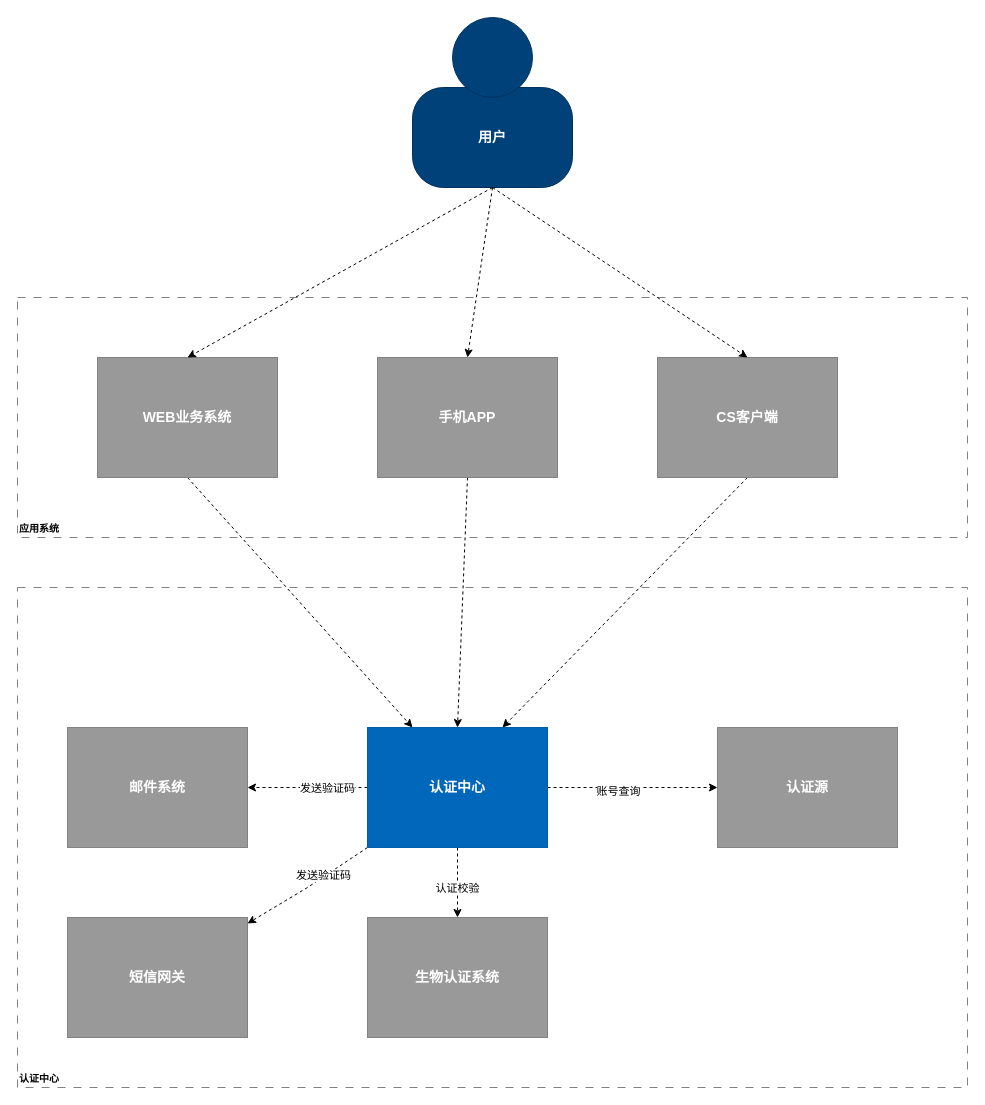
The draw.io diagram 未命名绘图.drawio in onlinehack/drawionlinehack, before the edit. Source tidied: cells renumbered, new cells numbered last; positions are measured from the earlier drawing's top-left corner, leaving out a move shared by most shapes. Both pictures are drawn from the tidied source at 100%, with x=0, y=0 at pixel (17, 17).
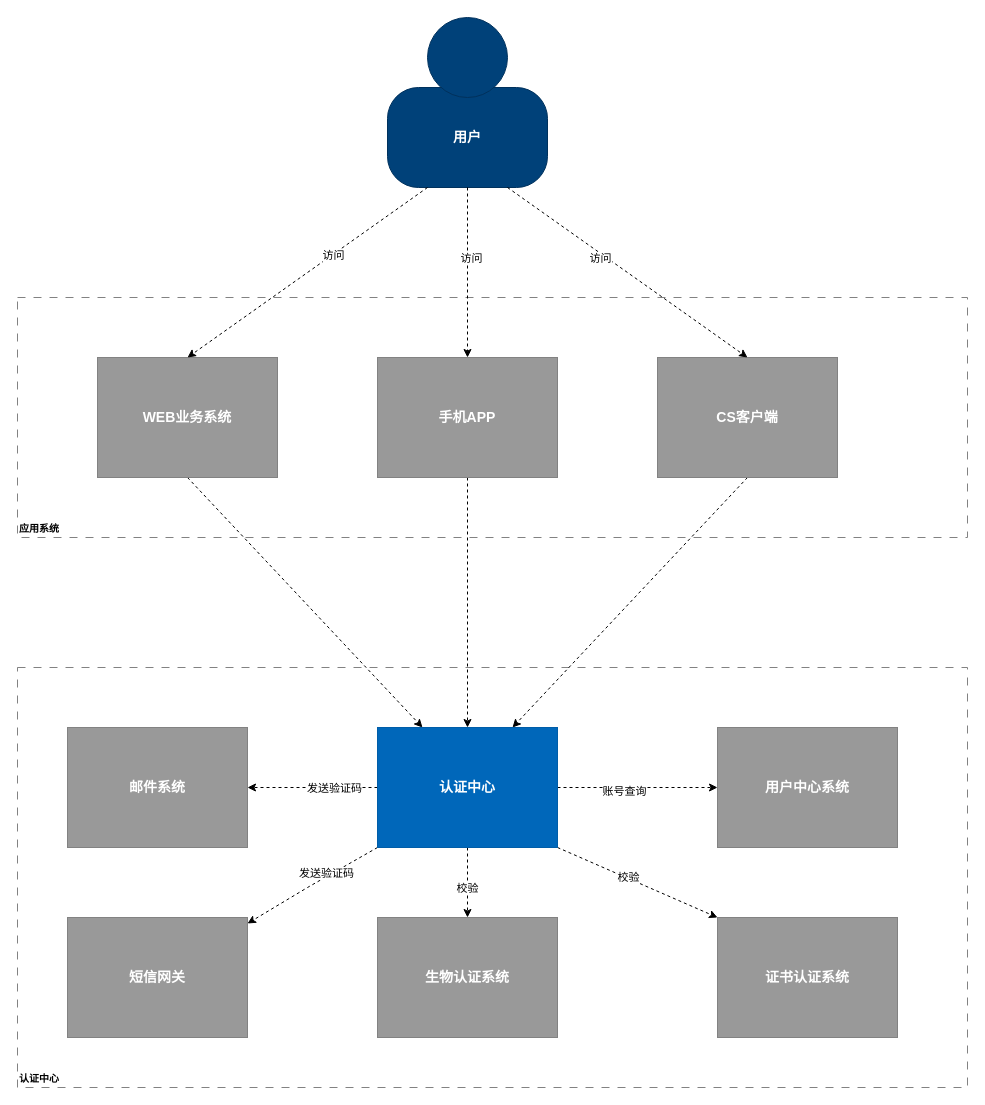
After the change.

Commit message:
更新未命名绘图.drawio

The change refers to these unchanged cells:
```xml
<mxCell id="5" value="&lt;div style=&quot;color: rgb(255 , 255 , 255) ; white-space: normal&quot;&gt;&lt;span style=&quot;font-size: 14px&quot;&gt;&lt;b&gt;用户&lt;/b&gt;&lt;/span&gt;&lt;/div&gt;" style="rounded=1;whiteSpace=wrap;html=1;strokeColor=#00315C;fillColor=#004179;fontColor=#000000;arcSize=31;" parent="4" vertex="1">
  <mxGeometry y="70" width="160" height="100" as="geometry" />
</mxCell>
<mxCell id="10" value="&lt;div&gt;&lt;span style=&quot;font-size: 14px&quot;&gt;&lt;b&gt;CS客户端&lt;/b&gt;&lt;/span&gt;&lt;/div&gt;" style="rounded=0;whiteSpace=wrap;html=1;fillColor=#999999;fontColor=#FFFFFF;strokeColor=#828282;" parent="1" vertex="1">
  <mxGeometry x="640" y="340" width="180" height="120" as="geometry" />
</mxCell>
<mxCell id="12" value="&lt;div&gt;&lt;span style=&quot;font-size: 14px&quot;&gt;&lt;b&gt;WEB业务系统&lt;/b&gt;&lt;/span&gt;&lt;/div&gt;" style="rounded=0;whiteSpace=wrap;html=1;fillColor=#999999;fontColor=#FFFFFF;strokeColor=#828282;" parent="1" vertex="1">
  <mxGeometry x="80" y="340" width="180" height="120" as="geometry" />
</mxCell>
<mxCell id="27" style="edgeStyle=none;rounded=0;jettySize=auto;html=1;exitX=0.5;exitY=1;exitDx=0;exitDy=0;entryX=0.5;entryY=0;entryDx=0;entryDy=0;dashed=1;endArrow=classic;endFill=1;" parent="1" edge="1" source="5" target="8">
  <mxGeometry relative="1" as="geometry" />
</mxCell>
```

Diff of the diagram source:
```diff
@@
     <mxCell id="2" value="&lt;b&gt;认证中心&lt;/b&gt;" style="rounded=0;whiteSpace=wrap;html=1;strokeColor=#828282;fillColor=none;fontColor=#000000;align=left;labelPosition=center;verticalLabelPosition=middle;verticalAlign=bottom;dashed=1;strokeWidth=1;perimeterSpacing=0;spacing=2;spacingTop=0;fontSize=10;dashPattern=8 8;" parent="1" vertex="1">
-      <mxGeometry y="570" width="950" height="500" as="geometry" />
+      <mxGeometry y="650" width="950" height="420" as="geometry" />
     </mxCell>
@@
     <mxCell id="4" style="group;" parent="1" vertex="1">
-      <mxGeometry x="395" width="160" height="170" as="geometry" />
+      <mxGeometry x="370" width="160" height="170" as="geometry" />
     </mxCell>
@@
     <mxCell id="17" style="edgeStyle=none;rounded=0;jettySize=auto;html=1;exitX=0.5;exitY=1;exitDx=0;exitDy=0;dashed=1;endArrow=classic;endFill=1;" parent="1" edge="1" source="21" target="25">
-      <mxGeometry relative="1" as="geometry">
-        <Array as="points">
-          <mxPoint x="440" y="860" />
-        </Array>
-      </mxGeometry>
+      <mxGeometry relative="1" as="geometry" />
     </mxCell>
-    <mxCell id="18" value="认证校验" style="edgeLabel;html=1;align=center;verticalAlign=middle;" parent="17" vertex="1">
+    <mxCell id="18" value="校验" style="edgeLabel;html=1;align=center;verticalAlign=middle;" parent="17" vertex="1">
       <mxGeometry x="0.14" y="-1" relative="1" as="geometry" />
     </mxCell>
@@
+    <mxCell id="29" style="rounded=0;comic=0;jettySize=auto;html=1;exitX=1;exitY=1;exitDx=0;exitDy=0;entryX=0;entryY=0;entryDx=0;entryDy=0;dashed=1;endArrow=classic;endFill=1;" parent="1" edge="1" source="21" target="34">
+      <mxGeometry relative="1" as="geometry" />
+    </mxCell>
+    <mxCell id="30" value="校验" style="edgeLabel;html=1;align=center;verticalAlign=middle;" parent="29" vertex="1">
+      <mxGeometry x="-0.14" y="1" relative="1" as="geometry">
+        <mxPoint x="1" as="offset" />
+      </mxGeometry>
+    </mxCell>
     <mxCell id="21" value="&lt;div&gt;&lt;span style=&quot;font-size: 14px&quot;&gt;&lt;b&gt;认证中心&lt;/b&gt;&lt;/span&gt;&lt;/div&gt;" style="rounded=0;whiteSpace=wrap;html=1;fillColor=#0067BA;fontColor=#FFFFFF;strokeColor=#005DA8;" parent="1" vertex="1">
-      <mxGeometry x="350" y="710" width="180" height="120" as="geometry" />
+      <mxGeometry x="360" y="710" width="180" height="120" as="geometry" />
     </mxCell>
-    <mxCell id="22" value="&lt;span style=&quot;font-size: 14px&quot;&gt;&lt;b&gt;认证源&lt;/b&gt;&lt;/span&gt;" style="rounded=0;whiteSpace=wrap;html=1;fillColor=#999999;fontColor=#FFFFFF;strokeColor=#828282;" parent="1" vertex="1">
+    <mxCell id="22" value="&lt;span style=&quot;font-size: 14px&quot;&gt;&lt;b&gt;用户中心系统&lt;/b&gt;&lt;/span&gt;" style="rounded=0;whiteSpace=wrap;html=1;fillColor=#999999;fontColor=#FFFFFF;strokeColor=#828282;" parent="1" vertex="1">
       <mxGeometry x="700" y="710" width="180" height="120" as="geometry" />
     </mxCell>
@@
     <mxCell id="25" value="&lt;span style=&quot;font-size: 14px&quot;&gt;&lt;b&gt;生物认证系统&lt;/b&gt;&lt;/span&gt;" style="rounded=0;whiteSpace=wrap;html=1;fillColor=#999999;fontColor=#FFFFFF;strokeColor=#828282;" parent="1" vertex="1">
-      <mxGeometry x="350" y="900" width="180" height="120" as="geometry" />
+      <mxGeometry x="360" y="900" width="180" height="120" as="geometry" />
     </mxCell>
-    <mxCell id="26" style="edgeStyle=none;rounded=0;jettySize=auto;html=1;exitX=0.5;exitY=1;exitDx=0;exitDy=0;entryX=0.5;entryY=0;entryDx=0;entryDy=0;dashed=1;endArrow=classic;endFill=1;" parent="1" edge="1" source="5" target="10">
+    <mxCell id="26" style="edgeStyle=none;rounded=0;jettySize=auto;html=1;exitX=0.75;exitY=1;exitDx=0;exitDy=0;entryX=0.5;entryY=0;entryDx=0;entryDy=0;dashed=1;endArrow=classic;endFill=1;" parent="1" edge="1" source="5" target="10">
       <mxGeometry relative="1" as="geometry" />
     </mxCell>
+    <mxCell id="31" value="访问" style="edgeLabel;html=1;align=center;verticalAlign=middle;" parent="26" vertex="1">
+      <mxGeometry x="-0.21" y="-4" relative="1" as="geometry" />
+    </mxCell>
@@
+    <mxCell id="32" value="访问" style="edgeLabel;html=1;align=center;verticalAlign=middle;" parent="27" vertex="1">
+      <mxGeometry x="-0.18" y="3" relative="1" as="geometry" />
+    </mxCell>
-    <mxCell id="28" style="edgeStyle=none;rounded=0;jettySize=auto;html=1;exitX=0.5;exitY=1;exitDx=0;exitDy=0;entryX=0.5;entryY=0;entryDx=0;entryDy=0;dashed=1;endArrow=classic;endFill=1;" parent="1" edge="1" source="5" target="12">
+    <mxCell id="28" style="edgeStyle=none;rounded=0;jettySize=auto;html=1;exitX=0.25;exitY=1;exitDx=0;exitDy=0;entryX=0.5;entryY=0;entryDx=0;entryDy=0;dashed=1;endArrow=classic;endFill=1;" parent="1" edge="1" source="5" target="12">
       <mxGeometry relative="1" as="geometry" />
     </mxCell>
+    <mxCell id="33" value="访问" style="edgeLabel;html=1;align=center;verticalAlign=middle;" parent="28" vertex="1">
+      <mxGeometry x="-0.21" relative="1" as="geometry" />
+    </mxCell>
+    <mxCell id="34" value="&lt;span style=&quot;font-size: 14px&quot;&gt;&lt;b&gt;证书认证系统&lt;/b&gt;&lt;/span&gt;" style="rounded=0;whiteSpace=wrap;html=1;fillColor=#999999;fontColor=#FFFFFF;strokeColor=#828282;" parent="1" vertex="1">
+      <mxGeometry x="700" y="900" width="180" height="120" as="geometry" />
+    </mxCell>
```
